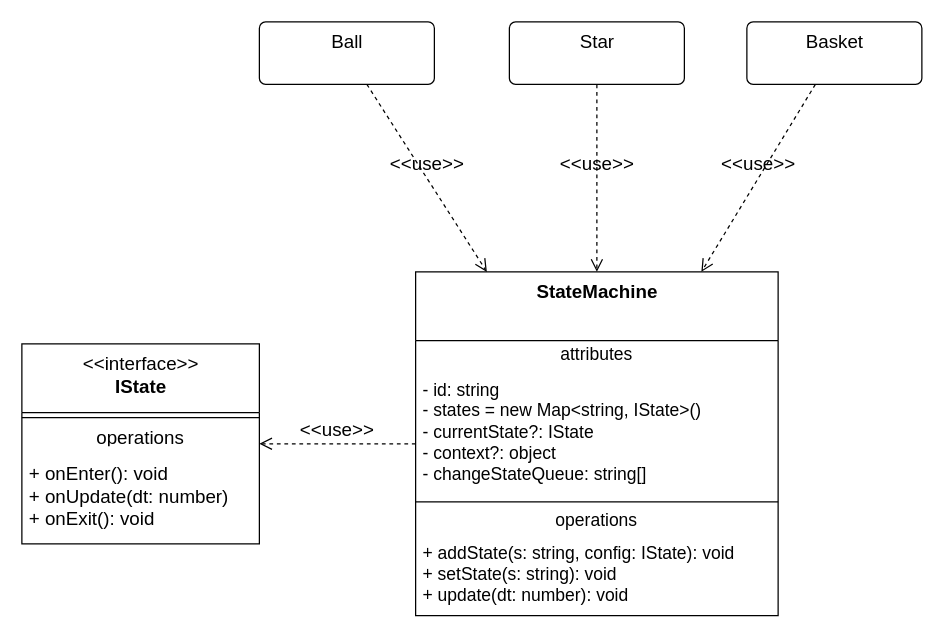
The draw.io diagram page "StateMachine" (5 of 5) of design.drawio in khasang12/dunk-shot-phaser, before the edit. Source tidied: cells renumbered, new cells numbered last; positions are measured from the earlier drawing's top-left corner, leaving out a move shared by most shapes. Both pictures are drawn from the tidied source at 125%, with x=0, y=0 at pixel (21, 21).
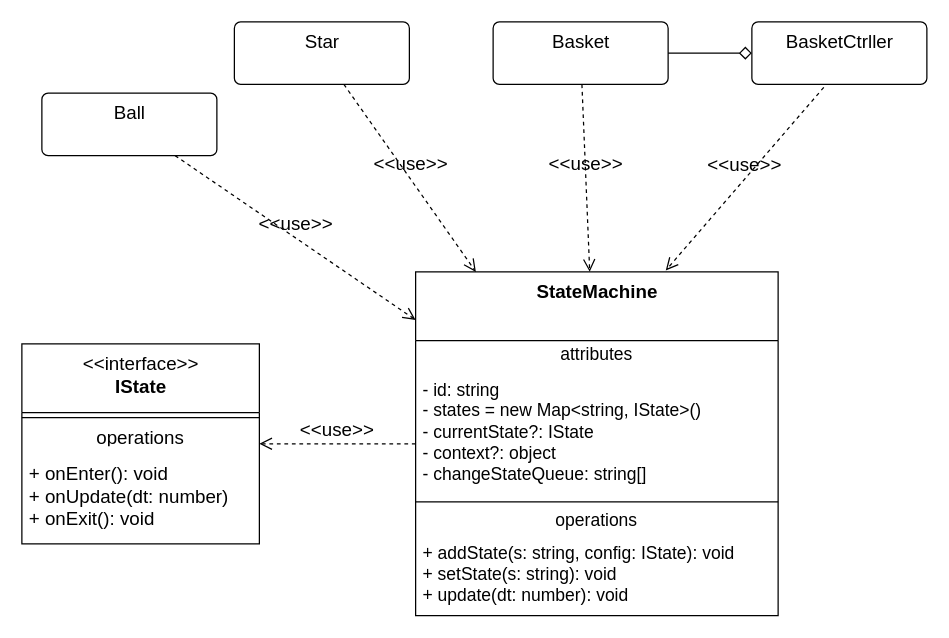
After the change.

The change refers to these unchanged cells:
```xml
<mxCell id="2" value="&lt;b style=&quot;font-size: 15px;&quot;&gt;&lt;font style=&quot;font-size: 15px;&quot;&gt;StateMachine&lt;/font&gt;&lt;/b&gt;" style="swimlane;fontStyle=0;align=center;verticalAlign=top;horizontal=1;startSize=55;html=1;fontSize=15;" parent="1" vertex="1">
  <mxGeometry x="315" y="200" width="290" height="275" as="geometry" />
</mxCell>
```

What changed in the source:
```diff
@@
     <mxCell id="13" value="Ball" style="html=1;align=center;verticalAlign=top;rounded=1;absoluteArcSize=1;arcSize=10;dashed=0;fontSize=15;" parent="1" vertex="1">
-      <mxGeometry x="190" width="140" height="50" as="geometry" />
+      <mxGeometry x="16" y="57" width="140" height="50" as="geometry" />
     </mxCell>
     <mxCell id="14" value="Star" style="html=1;align=center;verticalAlign=top;rounded=1;absoluteArcSize=1;arcSize=10;dashed=0;fontSize=15;" parent="1" vertex="1">
-      <mxGeometry x="390" width="140" height="50" as="geometry" />
+      <mxGeometry x="170" width="140" height="50" as="geometry" />
     </mxCell>
     <mxCell id="15" value="Basket" style="html=1;align=center;verticalAlign=top;rounded=1;absoluteArcSize=1;arcSize=10;dashed=0;fontSize=15;" parent="1" vertex="1">
-      <mxGeometry x="580" width="140" height="50" as="geometry" />
+      <mxGeometry x="377" width="140" height="50" as="geometry" />
     </mxCell>
@@
+    <mxCell id="19" value="BasketCtrller" style="html=1;align=center;verticalAlign=top;rounded=1;absoluteArcSize=1;arcSize=10;dashed=0;fontSize=15;" parent="1" vertex="1">
+      <mxGeometry x="584" width="140" height="50" as="geometry" />
+    </mxCell>
+    <mxCell id="20" value="&amp;lt;&amp;lt;use&amp;gt;&amp;gt;" style="endArrow=open;startArrow=none;endFill=0;startFill=0;endSize=8;html=1;verticalAlign=bottom;dashed=1;labelBackgroundColor=none;fontSize=15;exitX=0.411;exitY=1.048;exitDx=0;exitDy=0;exitPerimeter=0;entryX=0.69;entryY=-0.004;entryDx=0;entryDy=0;entryPerimeter=0;" parent="1" edge="1" source="19" target="2">
+      <mxGeometry relative="1" as="geometry" />
+    </mxCell>
+    <mxCell id="21" style="endArrow=none;startArrow=diamond;endFill=0;startFill=0;html=1;verticalAlign=bottom;labelBackgroundColor=none;strokeWidth=1;startSize=8;endSize=8;fontColor=default;" parent="1" edge="1" source="19" target="15">
+      <mxGeometry relative="1" as="geometry" />
+    </mxCell>
```
